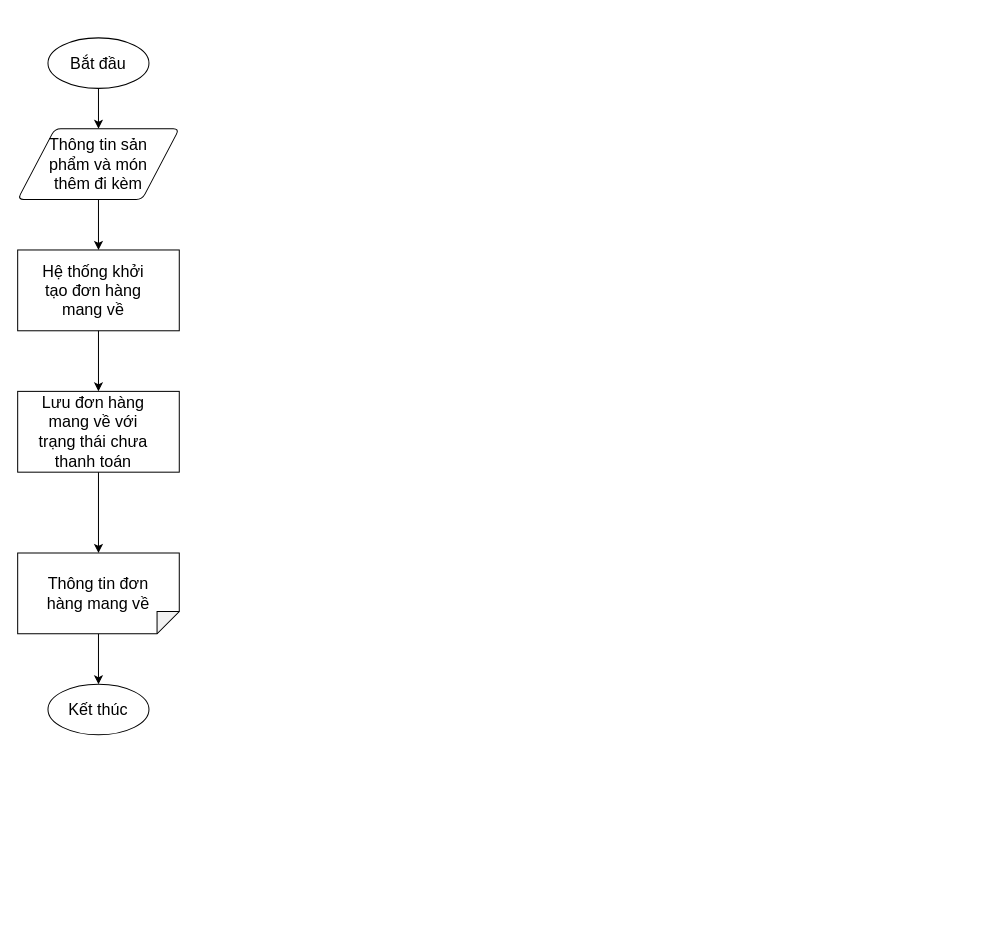
This is BRD & PRD/PRD/Drawio/Statistic.drawio from hungtadasuke/CoffeShop_SoftwareTechnology, a draw.io file, before an edit. Source tidied: cells renumbered, new cells numbered last; positions are measured from the earlier drawing's top-left corner, leaving out a move shared by most shapes. Both pictures are drawn from the tidied source at 101%, with x=0, y=0 at pixel (17, 37).
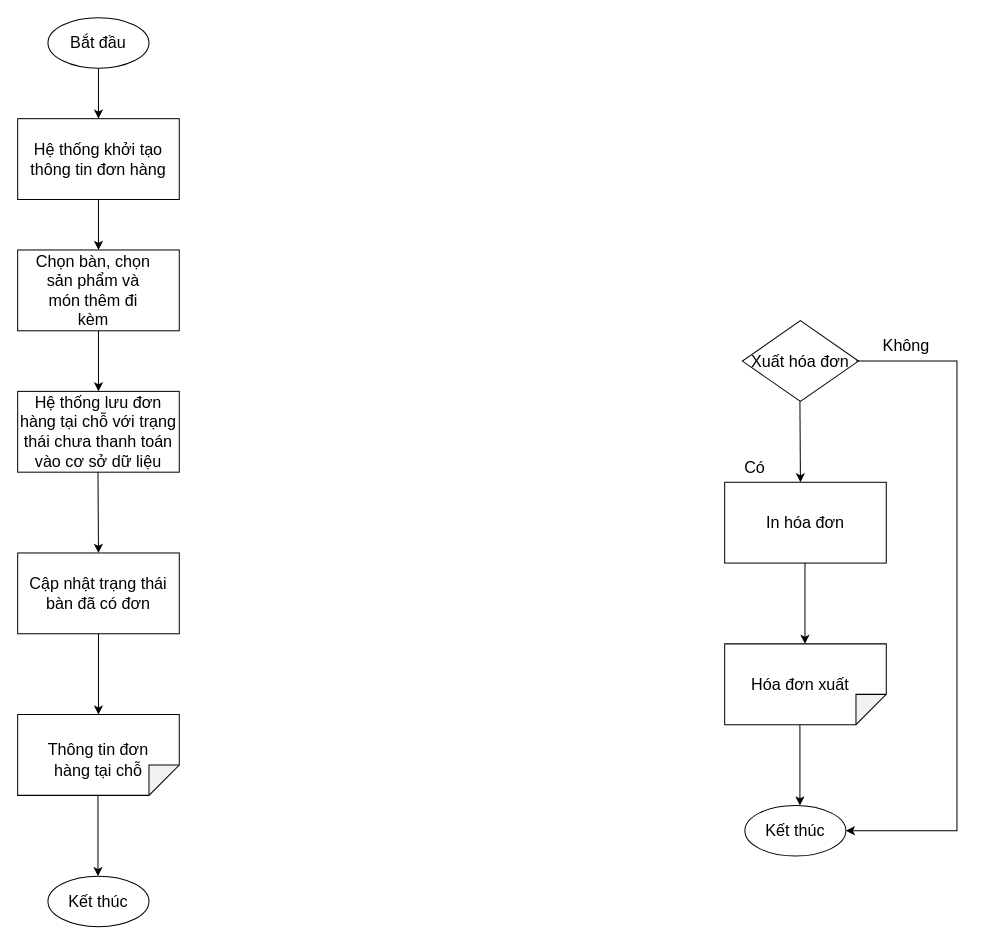
After the change.

Change to the diagram source:
```diff
@@
     <mxCell id="2" style="strokeWidth=1;html=1;shape=mxgraph.flowchart.start_1;whiteSpace=wrap;fontStyle=0;fontSize=16;" parent="1" vertex="1">
-      <mxGeometry x="30" width="100" height="50" as="geometry" />
+      <mxGeometry x="30" y="-20" width="100" height="50" as="geometry" />
     </mxCell>
     <mxCell id="3" value="&lt;span style=&quot;font-size: 16px;&quot;&gt;&lt;font style=&quot;font-size: 16px;&quot;&gt;Bắt đầu&lt;/font&gt;&lt;/span&gt;" style="text;html=1;strokeColor=none;fillColor=none;align=center;verticalAlign=middle;whiteSpace=wrap;rounded=0;strokeWidth=1;fontStyle=0;fontSize=16;" parent="1" vertex="1">
-      <mxGeometry x="50" y="10" width="60" height="30" as="geometry" />
+      <mxGeometry x="50" y="-10" width="60" height="30" as="geometry" />
     </mxCell>
-    <mxCell id="4" style="endArrow=classic;html=1;rounded=0;fontSize=16;exitX=0.5;exitY=1;exitDx=0;exitDy=0;exitPerimeter=0;fontStyle=0;strokeWidth=1;" parent="1" edge="1" source="2">
+    <mxCell id="4" style="endArrow=classic;html=1;rounded=0;fontSize=16;exitX=0.5;exitY=1;exitDx=0;exitDy=0;exitPerimeter=0;fontStyle=0;strokeWidth=1;entryX=0.5;entryY=0;entryDx=0;entryDy=0;" parent="1" edge="1" source="2">
       <mxGeometry relative="1" as="geometry">
-        <mxPoint x="80" y="90" as="targetPoint" />
+        <mxPoint x="80" y="80" as="targetPoint" />
       </mxGeometry>
     </mxCell>
-    <mxCell id="5" style="shape=parallelogram;html=1;strokeWidth=1;perimeter=parallelogramPerimeter;whiteSpace=wrap;rounded=1;arcSize=12;size=0.23;fontSize=16;fontStyle=0;" parent="1" vertex="1">
-      <mxGeometry y="90" width="160" height="70" as="geometry" />
-    </mxCell>
-    <mxCell id="6" value="Thông tin sản phẩm và món thêm đi kèm" style="text;html=1;strokeColor=none;fillColor=none;align=center;verticalAlign=middle;whiteSpace=wrap;rounded=0;fontSize=16;fontStyle=0;strokeWidth=1;" parent="1" vertex="1">
-      <mxGeometry x="30" y="110" width="100" height="30" as="geometry" />
-    </mxCell>
@@
-    <mxCell id="9" value="Hệ thống khởi tạo đơn hàng mang về" style="text;html=1;strokeColor=none;fillColor=none;align=center;verticalAlign=middle;whiteSpace=wrap;rounded=0;fontSize=16;fontStyle=0;strokeWidth=1;" parent="1" vertex="1">
+    <mxCell id="9" value="Chọn bàn, chọn sản phẩm và món thêm đi kèm" style="text;html=1;strokeColor=none;fillColor=none;align=center;verticalAlign=middle;whiteSpace=wrap;rounded=0;fontSize=16;fontStyle=0;strokeWidth=1;" parent="1" vertex="1">
       <mxGeometry x="15" y="235" width="120" height="30" as="geometry" />
     </mxCell>
@@
-    <mxCell id="11" style="endArrow=classic;html=1;rounded=0;fontSize=16;strokeWidth=1;exitX=1;exitY=0.5;exitDx=0;exitDy=0;exitPerimeter=0;" parent="1" edge="1" source="14">
-      <mxGeometry relative="1" as="geometry">
-        <mxPoint x="80" y="640" as="targetPoint" />
-      </mxGeometry>
-    </mxCell>
-    <mxCell id="12" style="strokeWidth=1;html=1;shape=mxgraph.flowchart.start_1;whiteSpace=wrap;fontStyle=0;fontSize=16;" parent="1" vertex="1">
-      <mxGeometry x="30" y="640" width="100" height="50" as="geometry" />
-    </mxCell>
-    <mxCell id="13" value="&lt;span style=&quot;font-size: 16px&quot;&gt;&lt;font style=&quot;font-size: 16px&quot;&gt;Kết thúc&lt;/font&gt;&lt;/span&gt;" style="text;html=1;strokeColor=none;fillColor=none;align=center;verticalAlign=middle;whiteSpace=wrap;rounded=0;strokeWidth=1;fontStyle=0;fontSize=16;" parent="1" vertex="1">
-      <mxGeometry x="45" y="650" width="70" height="30" as="geometry" />
-    </mxCell>
-    <mxCell id="14" style="shape=note;whiteSpace=wrap;html=1;backgroundOutline=1;darkOpacity=0.05;fontSize=16;strokeWidth=1;rotation=90;size=22;" parent="1" vertex="1">
-      <mxGeometry x="40" y="470" width="80" height="160" as="geometry" />
-    </mxCell>
-    <mxCell id="15" value="&lt;span style=&quot;font-size: 16px ; background-color: rgb(255 , 255 , 255)&quot;&gt;Thông tin đơn hàng mang về&lt;/span&gt;" style="text;html=1;strokeColor=none;fillColor=none;align=center;verticalAlign=middle;whiteSpace=wrap;rounded=0;" parent="1" vertex="1">
-      <mxGeometry x="20" y="535" width="120" height="30" as="geometry" />
-    </mxCell>
-    <mxCell id="16" style="rounded=0;whiteSpace=wrap;html=1;fontSize=16;strokeWidth=1;" parent="1" vertex="1">
-      <mxGeometry y="350" width="160" height="80" as="geometry" />
-    </mxCell>
-    <mxCell id="17" value="Lưu đơn hàng mang về với trạng thái chưa thanh toán" style="text;html=1;strokeColor=none;fillColor=none;align=center;verticalAlign=middle;whiteSpace=wrap;rounded=0;fontSize=16;fontStyle=0;strokeWidth=1;" parent="1" vertex="1">
-      <mxGeometry x="15" y="375" width="120" height="30" as="geometry" />
-    </mxCell>
-    <mxCell id="18" style="endArrow=classic;html=1;rounded=0;exitX=0.5;exitY=1;exitDx=0;exitDy=0;entryX=0;entryY=0.5;entryDx=0;entryDy=0;entryPerimeter=0;" parent="1" edge="1" source="16" target="14">
-      <mxGeometry relative="1" as="geometry" />
-    </mxCell>
+    <mxCell id="19" value="Hệ thống khởi tạo thông tin đơn hàng" style="rounded=0;whiteSpace=wrap;html=1;fontSize=16;strokeWidth=1;" parent="1" vertex="1">
+      <mxGeometry y="80" width="160" height="80" as="geometry" />
+    </mxCell>
+    <mxCell id="20" value="Hệ thống lưu đơn hàng tại chỗ với trạng thái chưa thanh toán vào cơ sở dữ liệu" style="rounded=0;whiteSpace=wrap;html=1;fontSize=16;strokeWidth=1;" parent="1" vertex="1">
+      <mxGeometry y="350" width="160" height="80" as="geometry" />
+    </mxCell>
+    <mxCell id="21" value="Cập nhật trạng thái bàn đã có đơn" style="rounded=0;whiteSpace=wrap;html=1;fontSize=16;strokeWidth=1;" parent="1" vertex="1">
+      <mxGeometry y="510" width="160" height="80" as="geometry" />
+    </mxCell>
+    <mxCell id="22" style="endArrow=classic;html=1;rounded=0;fontSize=16;strokeWidth=1;entryX=0.5;entryY=0;entryDx=0;entryDy=0;" parent="1" edge="1" target="21">
+      <mxGeometry relative="1" as="geometry">
+        <mxPoint x="79.5" y="430" as="sourcePoint" />
+      </mxGeometry>
+    </mxCell>
+    <mxCell id="23" style="endArrow=classic;html=1;rounded=0;fontSize=16;strokeWidth=1;exitX=0.5;exitY=1;exitDx=0;exitDy=0;" parent="1" edge="1" source="21">
+      <mxGeometry relative="1" as="geometry">
+        <mxPoint x="80" y="670" as="targetPoint" />
+      </mxGeometry>
+    </mxCell>
+    <mxCell id="24" style="strokeWidth=1;html=1;shape=mxgraph.flowchart.start_1;whiteSpace=wrap;fontStyle=0;fontSize=16;" parent="1" vertex="1">
+      <mxGeometry x="720" y="760" width="100" height="50" as="geometry" />
+    </mxCell>
+    <mxCell id="25" value="&lt;span style=&quot;font-size: 16px&quot;&gt;&lt;font style=&quot;font-size: 16px&quot;&gt;Kết thúc&lt;/font&gt;&lt;/span&gt;" style="text;html=1;strokeColor=none;fillColor=none;align=center;verticalAlign=middle;whiteSpace=wrap;rounded=0;strokeWidth=1;fontStyle=0;fontSize=16;" parent="1" vertex="1">
+      <mxGeometry x="735" y="770" width="70" height="30" as="geometry" />
+    </mxCell>
+    <mxCell id="26" value="In hóa đơn" style="rounded=0;whiteSpace=wrap;html=1;fontSize=16;strokeWidth=1;" parent="1" vertex="1">
+      <mxGeometry x="700" y="440" width="160" height="80" as="geometry" />
+    </mxCell>
+    <mxCell id="27" style="shape=note;whiteSpace=wrap;html=1;backgroundOutline=1;darkOpacity=0.05;fontSize=15;rotation=90;" parent="1" vertex="1">
+      <mxGeometry x="740" y="560" width="80" height="160" as="geometry" />
+    </mxCell>
+    <mxCell id="28" style="endArrow=classic;html=1;rounded=0;fontSize=15;exitX=0.5;exitY=1;exitDx=0;exitDy=0;entryX=0.5;entryY=0;entryDx=0;entryDy=0;" parent="1" edge="1">
+      <mxGeometry relative="1" as="geometry">
+        <mxPoint x="779.5" y="520" as="sourcePoint" />
+        <mxPoint x="779.5" y="600" as="targetPoint" />
+      </mxGeometry>
+    </mxCell>
+    <mxCell id="29" style="endArrow=classic;html=1;rounded=0;fontSize=15;exitX=0.5;exitY=1;exitDx=0;exitDy=0;entryX=0.5;entryY=0;entryDx=0;entryDy=0;" parent="1" edge="1">
+      <mxGeometry relative="1" as="geometry">
+        <mxPoint x="774.5" y="680" as="sourcePoint" />
+        <mxPoint x="774.5" y="760" as="targetPoint" />
+      </mxGeometry>
+    </mxCell>
+    <mxCell id="30" value="Hóa đơn xuất" style="text;html=1;strokeColor=none;fillColor=none;align=center;verticalAlign=middle;whiteSpace=wrap;rounded=0;fontSize=16;fontStyle=0;strokeWidth=1;" parent="1" vertex="1">
+      <mxGeometry x="715" y="625" width="120" height="30" as="geometry" />
+    </mxCell>
+    <mxCell id="31" style="rhombus;whiteSpace=wrap;html=1;fontSize=15;" parent="1" vertex="1">
+      <mxGeometry x="717.5" y="280" width="115" height="80" as="geometry" />
+    </mxCell>
+    <mxCell id="32" value="Xuất hóa đơn" style="text;html=1;strokeColor=none;fillColor=none;align=center;verticalAlign=middle;whiteSpace=wrap;rounded=0;fontSize=16;fontStyle=0;strokeWidth=1;" parent="1" vertex="1">
+      <mxGeometry x="715" y="305" width="120" height="30" as="geometry" />
+    </mxCell>
+    <mxCell id="33" style="endArrow=classic;html=1;rounded=0;fontSize=16;strokeWidth=1;entryX=0.5;entryY=0;entryDx=0;entryDy=0;" parent="1" edge="1">
+      <mxGeometry relative="1" as="geometry">
+        <mxPoint x="774.5" y="360" as="sourcePoint" />
+        <mxPoint x="775" y="440" as="targetPoint" />
+      </mxGeometry>
+    </mxCell>
+    <mxCell id="34" style="edgeStyle=elbowEdgeStyle;elbow=horizontal;endArrow=classic;html=1;rounded=0;fontSize=15;entryX=1;entryY=0.5;entryDx=0;entryDy=0;entryPerimeter=0;" parent="1" edge="1" target="24">
+      <mxGeometry relative="1" as="geometry">
+        <mxPoint x="830" y="320" as="sourcePoint" />
+        <Array as="points">
+          <mxPoint x="930" y="550" />
+        </Array>
+      </mxGeometry>
+    </mxCell>
+    <mxCell id="35" value="Có" style="text;html=1;strokeColor=none;fillColor=none;align=center;verticalAlign=middle;whiteSpace=wrap;rounded=0;fontSize=16;fontStyle=0;strokeWidth=1;" parent="1" vertex="1">
+      <mxGeometry x="670" y="410" width="120" height="30" as="geometry" />
+    </mxCell>
+    <mxCell id="36" value="Không" style="text;html=1;strokeColor=none;fillColor=none;align=center;verticalAlign=middle;whiteSpace=wrap;rounded=0;fontSize=16;fontStyle=0;strokeWidth=1;" parent="1" vertex="1">
+      <mxGeometry x="820" y="290" width="120" height="30" as="geometry" />
+    </mxCell>
+    <mxCell id="37" style="shape=note;whiteSpace=wrap;html=1;backgroundOutline=1;darkOpacity=0.05;fontSize=15;rotation=90;" parent="1" vertex="1">
+      <mxGeometry x="40" y="630" width="80" height="160" as="geometry" />
+    </mxCell>
+    <mxCell id="38" value="Thông tin đơn hàng tại chỗ" style="text;html=1;strokeColor=none;fillColor=none;align=center;verticalAlign=middle;whiteSpace=wrap;rounded=0;fontSize=16;fontStyle=0;strokeWidth=1;" parent="1" vertex="1">
+      <mxGeometry x="20" y="700" width="120" height="30" as="geometry" />
+    </mxCell>
+    <mxCell id="39" style="endArrow=classic;html=1;rounded=0;fontSize=16;strokeWidth=1;exitX=0.5;exitY=1;exitDx=0;exitDy=0;" parent="1" edge="1">
+      <mxGeometry relative="1" as="geometry">
+        <mxPoint x="79.5" y="750" as="sourcePoint" />
+        <mxPoint x="79.5" y="830" as="targetPoint" />
+      </mxGeometry>
+    </mxCell>
+    <mxCell id="40" style="strokeWidth=1;html=1;shape=mxgraph.flowchart.start_1;whiteSpace=wrap;fontStyle=0;fontSize=16;" parent="1" vertex="1">
+      <mxGeometry x="30" y="830" width="100" height="50" as="geometry" />
+    </mxCell>
+    <mxCell id="41" value="&lt;span style=&quot;font-size: 16px&quot;&gt;&lt;font style=&quot;font-size: 16px&quot;&gt;Kết thúc&lt;/font&gt;&lt;/span&gt;" style="text;html=1;strokeColor=none;fillColor=none;align=center;verticalAlign=middle;whiteSpace=wrap;rounded=0;strokeWidth=1;fontStyle=0;fontSize=16;" parent="1" vertex="1">
+      <mxGeometry x="40" y="840" width="80" height="30" as="geometry" />
+    </mxCell>
```
